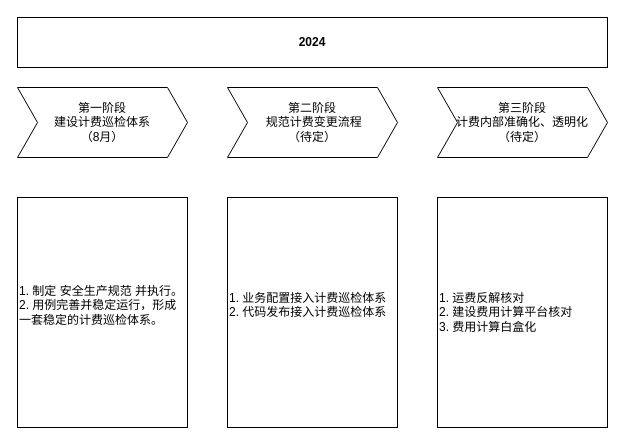
heyrry/hello keeps this draw.io diagram as 资损防控阶段性计划.drawio. Above is the earlier version. Source tidied: cells renumbered, new cells numbered last; positions are measured from the earlier drawing's top-left corner, leaving out a move shared by most shapes. Both pictures are drawn from the tidied source at 100%, with x=0, y=0 at pixel (17, 17).
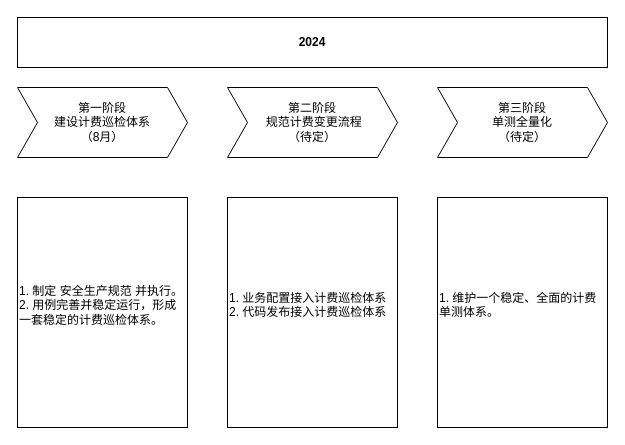
After the change.

Commit message:
更新资损防控阶段性计划.drawio

What changed in the source:
```diff
@@
 <mxGraphModel>
   <root>
     <mxCell id="0" />
     <mxCell id="1" parent="0" />
     <mxCell id="2" value="第一阶段&lt;div&gt;建设计费巡检体系&lt;div&gt;（8月）&lt;/div&gt;&lt;/div&gt;" style="shape=step;perimeter=stepPerimeter;whiteSpace=wrap;html=1;fixedSize=1;fillColor=none;labelBackgroundColor=none;" parent="1" vertex="1">
       <mxGeometry y="70" width="170" height="70" as="geometry" />
     </mxCell>
     <mxCell id="3" value="第二阶段&lt;div&gt;&amp;nbsp;规范计费变更流程&lt;div&gt;（待定）&lt;/div&gt;&lt;/div&gt;" style="shape=step;perimeter=stepPerimeter;whiteSpace=wrap;html=1;fixedSize=1;fillColor=none;labelBackgroundColor=none;" parent="1" vertex="1">
       <mxGeometry x="210" y="70" width="170" height="70" as="geometry" />
     </mxCell>
-    <mxCell id="4" value="第三阶段&lt;div&gt;计费内部准确化、透明化&lt;br&gt;&lt;div&gt;（待定）&lt;br&gt;&lt;/div&gt;&lt;/div&gt;" style="shape=step;perimeter=stepPerimeter;whiteSpace=wrap;html=1;fixedSize=1;fillColor=none;labelBackgroundColor=none;" parent="1" vertex="1">
+    <mxCell id="4" value="第三阶段&lt;div&gt;&lt;div&gt;单测全量化&lt;/div&gt;&lt;div&gt;（待定）&lt;br&gt;&lt;/div&gt;&lt;/div&gt;" style="shape=step;perimeter=stepPerimeter;whiteSpace=wrap;html=1;fixedSize=1;fillColor=none;labelBackgroundColor=none;" parent="1" vertex="1">
       <mxGeometry x="420" y="70" width="170" height="70" as="geometry" />
     </mxCell>
     <mxCell id="5" value="&lt;b&gt;2024&lt;/b&gt;" style="rounded=0;whiteSpace=wrap;html=1;fillColor=none;labelBackgroundColor=none;" parent="1" vertex="1">
       <mxGeometry width="590" height="50" as="geometry" />
     </mxCell>
     <mxCell id="6" value="&lt;div&gt;1. 制定&amp;nbsp;&lt;span style=&quot;background-color: initial; font-family: -webkit-standard; caret-color: rgb(0, 0, 0);&quot;&gt;安全生产规范 并执行。&lt;/span&gt;&lt;br&gt;&lt;/div&gt;2. 用例完善并稳定运行，形成一套稳定的计费巡检体系。&lt;div&gt;&lt;br&gt;&lt;/div&gt;" style="rounded=0;whiteSpace=wrap;html=1;fillColor=none;align=left;labelBackgroundColor=none;" parent="1" vertex="1">
       <mxGeometry y="180" width="170" height="230" as="geometry" />
     </mxCell>
     <mxCell id="7" value="&lt;span style=&quot;&quot;&gt;1. 业务配置接入计费巡检体系&lt;/span&gt;&lt;div&gt;&lt;span style=&quot;&quot;&gt;2. 代码发布接入&lt;/span&gt;&lt;span style=&quot;background-color: initial;&quot;&gt;计费巡检体系&lt;/span&gt;&lt;/div&gt;&lt;div&gt;&lt;br&gt;&lt;/div&gt;" style="rounded=0;whiteSpace=wrap;html=1;fillColor=none;align=left;labelBackgroundColor=none;" parent="1" vertex="1">
       <mxGeometry x="210" y="180" width="170" height="230" as="geometry" />
     </mxCell>
-    <mxCell id="8" value="1.&amp;nbsp;&lt;span style=&quot;background-color: initial;&quot;&gt;运费反解核对&lt;/span&gt;&lt;div&gt;&lt;span style=&quot;background-color: initial;&quot;&gt;2.&amp;nbsp;&lt;/span&gt;&lt;span style=&quot;background-color: initial;&quot;&gt;建设费用计算平台核对&lt;/span&gt;&lt;/div&gt;&lt;div&gt;&lt;span style=&quot;background-color: initial;&quot;&gt;3.&amp;nbsp;&lt;/span&gt;&lt;span style=&quot;background-color: initial;&quot;&gt;&lt;font style=&quot;font-size: 12px;&quot;&gt;费用计算白盒化&lt;/font&gt;&lt;/span&gt;&lt;/div&gt;" style="rounded=0;whiteSpace=wrap;html=1;fillColor=none;align=left;labelBackgroundColor=none;" parent="1" vertex="1">
+    <mxCell id="8" value="1. 维护一个稳定、全面的计费单测体系。&lt;div&gt;&lt;br&gt;&lt;/div&gt;" style="rounded=0;whiteSpace=wrap;html=1;fillColor=none;align=left;labelBackgroundColor=none;" parent="1" vertex="1">
       <mxGeometry x="420" y="180" width="170" height="230" as="geometry" />
     </mxCell>
   </root>
 </mxGraphModel>
```
